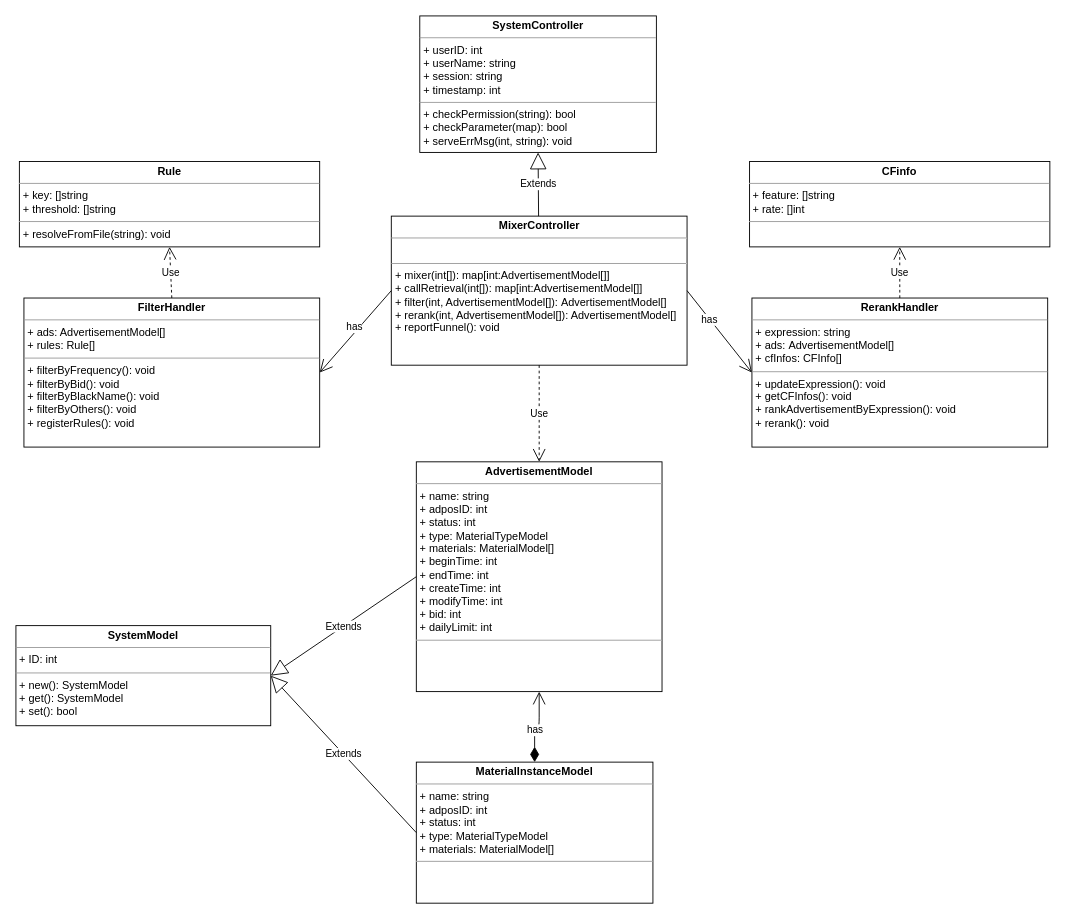
Above: 5-10.drawio in Hope-of-countryside/learnGit (draw.io), before the change. Source tidied: cells renumbered, new cells numbered last; positions are measured from the earlier drawing's top-left corner, leaving out a move shared by most shapes. Both pictures are drawn from the tidied source at 91%, with x=0, y=0 at pixel (15, 15).
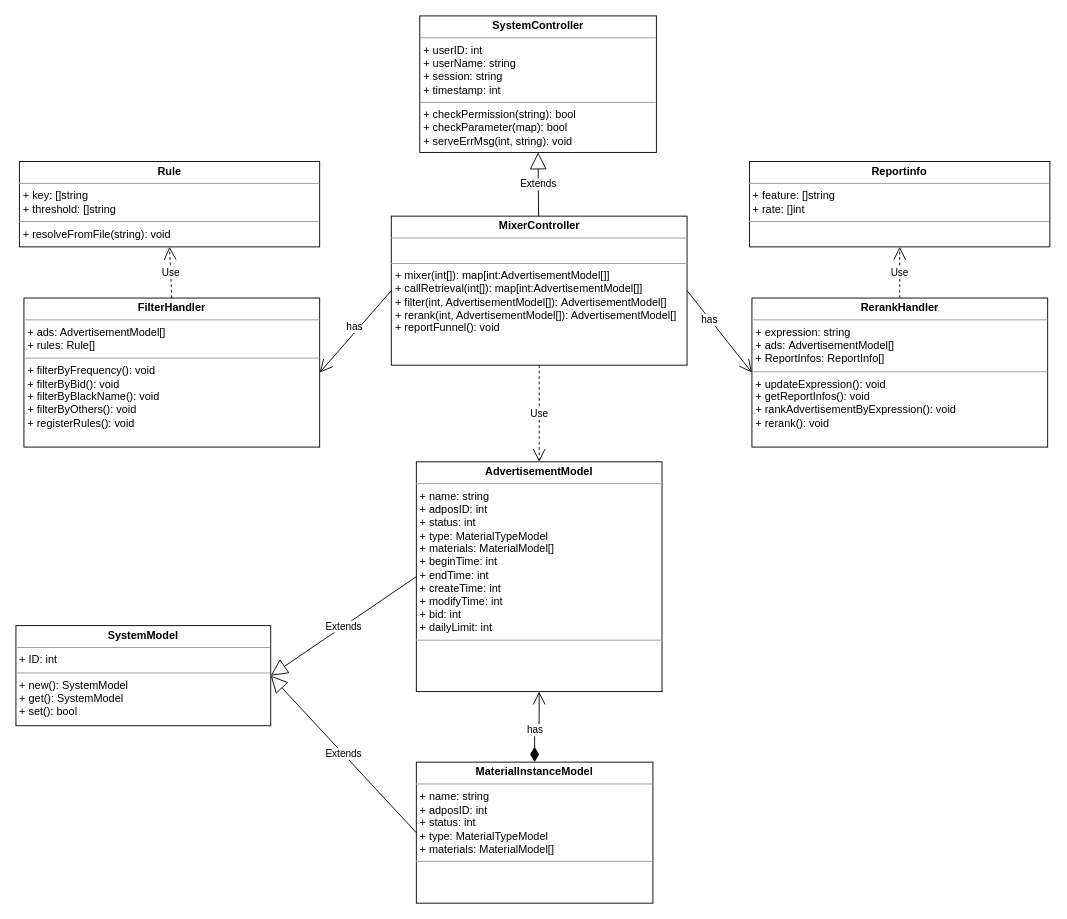
The same diagram, later.

What changed in the source:
```diff
@@
-    <mxCell id="13" value="&lt;p style=&quot;margin: 0px ; margin-top: 4px ; text-align: center&quot;&gt;&lt;b&gt;RerankHandler&lt;/b&gt;&lt;/p&gt;&lt;hr size=&quot;1&quot;&gt;&lt;p style=&quot;margin: 0px ; margin-left: 4px&quot;&gt;+ expression: string&lt;/p&gt;&lt;p style=&quot;margin: 0px ; margin-left: 4px&quot;&gt;+ ads:&amp;nbsp;AdvertisementModel[]&lt;/p&gt;&lt;p style=&quot;margin: 0px ; margin-left: 4px&quot;&gt;+ cfInfos: CFInfo[]&lt;/p&gt;&lt;hr size=&quot;1&quot;&gt;&lt;p style=&quot;margin: 0px 0px 0px 4px&quot;&gt;&lt;span&gt;+ updateExpression(): void&lt;/span&gt;&lt;br&gt;&lt;/p&gt;&lt;p style=&quot;margin: 0px 0px 0px 4px&quot;&gt;&lt;span&gt;+ getCFInfos(): void&lt;/span&gt;&lt;/p&gt;&lt;p style=&quot;margin: 0px 0px 0px 4px&quot;&gt;+ rankAdvertisementByExpression(): void&lt;/p&gt;&lt;p style=&quot;margin: 0px 0px 0px 4px&quot;&gt;+ rerank(): void&lt;br&gt;&lt;/p&gt;" style="verticalAlign=top;align=left;overflow=fill;fontSize=12;fontFamily=Helvetica;html=1;" parent="1" vertex="1">
+    <mxCell id="13" value="&lt;p style=&quot;margin: 0px ; margin-top: 4px ; text-align: center&quot;&gt;&lt;b&gt;RerankHandler&lt;/b&gt;&lt;/p&gt;&lt;hr size=&quot;1&quot;&gt;&lt;p style=&quot;margin: 0px ; margin-left: 4px&quot;&gt;+ expression: string&lt;/p&gt;&lt;p style=&quot;margin: 0px ; margin-left: 4px&quot;&gt;+ ads:&amp;nbsp;AdvertisementModel[]&lt;/p&gt;&lt;p style=&quot;margin: 0px ; margin-left: 4px&quot;&gt;+ ReportInfos: ReportInfo[]&lt;/p&gt;&lt;hr size=&quot;1&quot;&gt;&lt;p style=&quot;margin: 0px 0px 0px 4px&quot;&gt;&lt;span&gt;+ updateExpression(): void&lt;/span&gt;&lt;br&gt;&lt;/p&gt;&lt;p style=&quot;margin: 0px 0px 0px 4px&quot;&gt;&lt;span&gt;+ getReportInfos(): void&lt;/span&gt;&lt;/p&gt;&lt;p style=&quot;margin: 0px 0px 0px 4px&quot;&gt;+ rankAdvertisementByExpression(): void&lt;/p&gt;&lt;p style=&quot;margin: 0px 0px 0px 4px&quot;&gt;+ rerank(): void&lt;br&gt;&lt;/p&gt;" style="verticalAlign=top;align=left;overflow=fill;fontSize=12;fontFamily=Helvetica;html=1;" parent="1" vertex="1">
       <mxGeometry x="808.8" y="310" width="325" height="163.8" as="geometry" />
     </mxCell>
@@
-    <mxCell id="20" value="&lt;p style=&quot;margin: 0px ; margin-top: 4px ; text-align: center&quot;&gt;&lt;b&gt;CFinfo&lt;/b&gt;&lt;/p&gt;&lt;hr size=&quot;1&quot;&gt;&lt;p style=&quot;margin: 0px ; margin-left: 4px&quot;&gt;+ feature: []string&lt;/p&gt;&lt;p style=&quot;margin: 0px ; margin-left: 4px&quot;&gt;+ rate: []int&lt;/p&gt;&lt;hr size=&quot;1&quot;&gt;&lt;p style=&quot;margin: 0px 0px 0px 4px&quot;&gt;&lt;br&gt;&lt;/p&gt;" style="verticalAlign=top;align=left;overflow=fill;fontSize=12;fontFamily=Helvetica;html=1;" parent="1" vertex="1">
+    <mxCell id="20" value="&lt;p style=&quot;margin: 0px ; margin-top: 4px ; text-align: center&quot;&gt;&lt;b&gt;Reportinfo&lt;/b&gt;&lt;/p&gt;&lt;hr size=&quot;1&quot;&gt;&lt;p style=&quot;margin: 0px ; margin-left: 4px&quot;&gt;+ feature: []string&lt;/p&gt;&lt;p style=&quot;margin: 0px ; margin-left: 4px&quot;&gt;+ rate: []int&lt;/p&gt;&lt;hr size=&quot;1&quot;&gt;&lt;p style=&quot;margin: 0px 0px 0px 4px&quot;&gt;&lt;br&gt;&lt;/p&gt;" style="verticalAlign=top;align=left;overflow=fill;fontSize=12;fontFamily=Helvetica;html=1;" parent="1" vertex="1">
       <mxGeometry x="806.2" y="160" width="330" height="93.8" as="geometry" />
     </mxCell>
```
